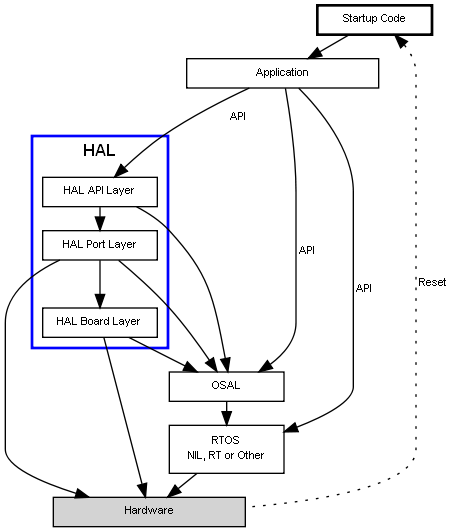
Earlier version of the Graphviz export web/chibios_arch.png (ArduPilot/ChibiOS.svn). Its source is kept beside it as web/chibios_arch.dot.
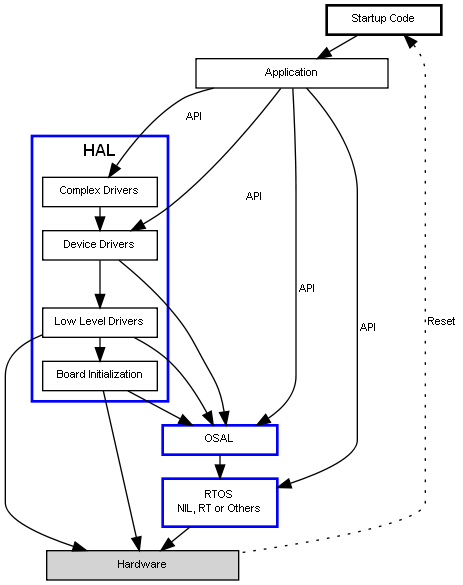
After the change.

Commit message:
git-svn-id: svn+ssh://svn.osdn.net/svnroot/chibios/branches/artwork@8016 27425a3e-05d8-49a3-a47f-9c15f0e5edd8

The edit, as a diff of the source:
```diff
@@ -12,6 +12,7 @@
 
     application -> rtos[label="\n API"];
     application -> hal_hld [label="\n API"];
+    application -> hal_complex [label="\n API"];
     application -> osal [label="\n API"];
 
     subgraph cluster_0 {
@@ -21,20 +22,22 @@
       color = blue;
       penwidth = 2.0;
 
-      hal_hld [label="HAL API Layer"];
-      hal_board [label="HAL Board Layer"];
-      hal_lld [label="HAL Port Layer"];
+      hal_complex [label="Complex Drivers"];
+      hal_hld [label="Device Drivers"];
+      hal_lld [label="Low Level Drivers"];
+      hal_board [label="Board Initialization"];
     }
 
+    hal_complex -> hal_hld;
     hal_hld -> hal_lld;
     hal_lld -> hal_board;
     hal_hld -> osal;
     hal_lld -> osal;
     hal_board -> osal;
 
-    osal [label="OSAL"];
+    osal [label="OSAL", penwidth=2.0, color="blue"];
 
-    rtos [label="RTOS\nNIL, RT or Other", height="0.5"];
+    rtos [label="RTOS\nNIL, RT or Others", height="0.5", penwidth=2.0, color="blue"];
     rtos -> hw;
 
     hal_lld -> hw;
```
